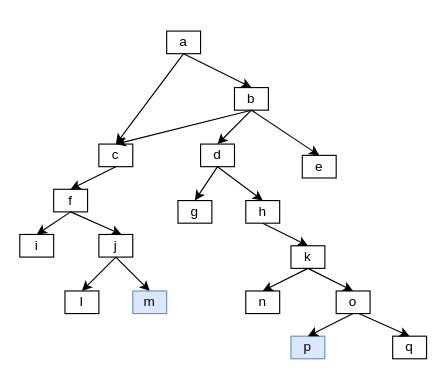
Earlier version of the draw.io diagram ICFG.drawio (cxlzff/EcoFuzz). Source tidied: cells renumbered, new cells numbered last; positions are measured from the earlier drawing's top-left corner, leaving out a move shared by most shapes. Both pictures are drawn from the tidied source at 113%, with x=0, y=0 at pixel (19, 31).
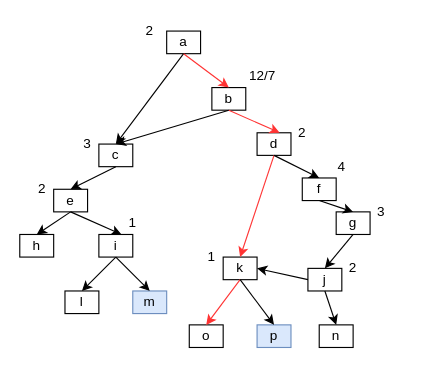
The same page after the edit.

The change refers to these unchanged cells:
```xml
<mxCell id="2" value="a" style="rounded=0;whiteSpace=wrap;html=1;" parent="1" vertex="1">
  <mxGeometry x="130" width="30" height="20" as="geometry" />
</mxCell>
```

Diff of the diagram source:
```diff
@@
-    <mxCell id="3" value="e" style="rounded=0;whiteSpace=wrap;html=1;" parent="1" vertex="1">
-      <mxGeometry x="250" y="110" width="30" height="20" as="geometry" />
-    </mxCell>
@@
     <mxCell id="5" value="b" style="rounded=0;whiteSpace=wrap;html=1;" parent="1" vertex="1">
-      <mxGeometry x="190" y="50" width="30" height="20" as="geometry" />
+      <mxGeometry x="170" y="50" width="30" height="20" as="geometry" />
     </mxCell>
-    <mxCell id="6" value="f" style="rounded=0;whiteSpace=wrap;html=1;" parent="1" vertex="1">
+    <mxCell id="6" value="e" style="rounded=0;whiteSpace=wrap;html=1;" parent="1" vertex="1">
       <mxGeometry x="30" y="140" width="30" height="20" as="geometry" />
     </mxCell>
-    <mxCell id="7" value="i" style="rounded=0;whiteSpace=wrap;html=1;" parent="1" vertex="1">
+    <mxCell id="7" value="h" style="rounded=0;whiteSpace=wrap;html=1;" parent="1" vertex="1">
       <mxGeometry y="180" width="30" height="20" as="geometry" />
     </mxCell>
-    <mxCell id="8" value="j" style="rounded=0;whiteSpace=wrap;html=1;" parent="1" vertex="1">
+    <mxCell id="8" value="i" style="rounded=0;whiteSpace=wrap;html=1;" parent="1" vertex="1">
       <mxGeometry x="70" y="180" width="30" height="20" as="geometry" />
     </mxCell>
@@
     <mxCell id="11" value="d" style="rounded=0;whiteSpace=wrap;html=1;" parent="1" vertex="1">
-      <mxGeometry x="160" y="100" width="30" height="20" as="geometry" />
+      <mxGeometry x="210" y="90" width="30" height="20" as="geometry" />
     </mxCell>
-    <mxCell id="12" value="h" style="rounded=0;whiteSpace=wrap;html=1;" parent="1" vertex="1">
-      <mxGeometry x="200" y="150" width="30" height="20" as="geometry" />
-    </mxCell>
-    <mxCell id="13" value="g" style="rounded=0;whiteSpace=wrap;html=1;" parent="1" vertex="1">
-      <mxGeometry x="140" y="150" width="30" height="20" as="geometry" />
-    </mxCell>
-    <mxCell id="14" value="k" style="rounded=0;whiteSpace=wrap;html=1;" parent="1" vertex="1">
-      <mxGeometry x="240" y="190" width="30" height="20" as="geometry" />
-    </mxCell>
-    <mxCell id="15" value="n" style="rounded=0;whiteSpace=wrap;html=1;" parent="1" vertex="1">
-      <mxGeometry x="200" y="230" width="30" height="20" as="geometry" />
-    </mxCell>
-    <mxCell id="16" value="o" style="rounded=0;whiteSpace=wrap;html=1;" parent="1" vertex="1">
-      <mxGeometry x="280" y="230" width="30" height="20" as="geometry" />
-    </mxCell>
-    <mxCell id="17" value="p" style="rounded=0;whiteSpace=wrap;html=1;fillColor=#dae8fc;strokeColor=#6c8ebf;" parent="1" vertex="1">
-      <mxGeometry x="240" y="270" width="30" height="20" as="geometry" />
-    </mxCell>
-    <mxCell id="18" value="q" style="rounded=0;whiteSpace=wrap;html=1;" parent="1" vertex="1">
-      <mxGeometry x="330" y="270" width="30" height="20" as="geometry" />
-    </mxCell>
@@
-    <mxCell id="20" style="endArrow=classic;html=1;exitX=0.5;exitY=1;exitDx=0;exitDy=0;entryX=0.5;entryY=0;entryDx=0;entryDy=0;" parent="1" edge="1" source="2" target="5">
+    <mxCell id="20" style="endArrow=classic;html=1;exitX=0.5;exitY=1;exitDx=0;exitDy=0;entryX=0.5;entryY=0;entryDx=0;entryDy=0;strokeColor=#FF3333;" parent="1" edge="1" source="2" target="5">
       <mxGeometry relative="1" as="geometry" />
     </mxCell>
@@
+    <mxCell id="36" value="1" style="text;html=1;strokeColor=none;fillColor=none;align=center;verticalAlign=middle;whiteSpace=wrap;rounded=0;" parent="1" vertex="1">
+      <mxGeometry x="80" y="160" width="40" height="20" as="geometry" />
+    </mxCell>
+    <mxCell id="37" value="2" style="text;html=1;strokeColor=none;fillColor=none;align=center;verticalAlign=middle;whiteSpace=wrap;rounded=0;" parent="1" vertex="1">
+      <mxGeometry y="130" width="40" height="20" as="geometry" />
+    </mxCell>
+    <mxCell id="38" value="3" style="text;html=1;strokeColor=none;fillColor=none;align=center;verticalAlign=middle;whiteSpace=wrap;rounded=0;" parent="1" vertex="1">
+      <mxGeometry x="40" y="90" width="40" height="20" as="geometry" />
+    </mxCell>
+    <mxCell id="39" value="12/7" style="text;html=1;strokeColor=none;fillColor=none;align=center;verticalAlign=middle;whiteSpace=wrap;rounded=0;" parent="1" vertex="1">
+      <mxGeometry x="200" y="30" width="30" height="20" as="geometry" />
+    </mxCell>
+    <mxCell id="40" value="2" style="text;html=1;strokeColor=none;fillColor=none;align=center;verticalAlign=middle;whiteSpace=wrap;rounded=0;" parent="1" vertex="1">
+      <mxGeometry x="100" y="-10" width="30" height="20" as="geometry" />
+    </mxCell>
+    <mxCell id="14" value="k" style="rounded=0;whiteSpace=wrap;html=1;" parent="1" vertex="1">
+      <mxGeometry x="180" y="200" width="30" height="20" as="geometry" />
+    </mxCell>
+    <mxCell id="41" style="edgeStyle=orthogonalEdgeStyle;rounded=0;orthogonalLoop=1;jettySize=auto;html=1;exitX=0.5;exitY=1;exitDx=0;exitDy=0;" parent="1" edge="1" source="11" target="11">
+      <mxGeometry relative="1" as="geometry" />
+    </mxCell>
+    <mxCell id="42" value="f" style="rounded=0;whiteSpace=wrap;html=1;" parent="1" vertex="1">
+      <mxGeometry x="250" y="130" width="30" height="20" as="geometry" />
+    </mxCell>
+    <mxCell id="13" value="g" style="rounded=0;whiteSpace=wrap;html=1;" parent="1" vertex="1">
+      <mxGeometry x="280" y="160" width="30" height="20" as="geometry" />
+    </mxCell>
+    <mxCell id="43" value="j" style="rounded=0;whiteSpace=wrap;html=1;" parent="1" vertex="1">
+      <mxGeometry x="255" y="210" width="30" height="20" as="geometry" />
+    </mxCell>
+    <mxCell id="15" value="n" style="rounded=0;whiteSpace=wrap;html=1;" parent="1" vertex="1">
+      <mxGeometry x="265" y="260" width="30" height="20" as="geometry" />
+    </mxCell>
+    <mxCell id="16" value="o" style="rounded=0;whiteSpace=wrap;html=1;" parent="1" vertex="1">
+      <mxGeometry x="150" y="260" width="30" height="20" as="geometry" />
+    </mxCell>
+    <mxCell id="17" value="p" style="rounded=0;whiteSpace=wrap;html=1;fillColor=#dae8fc;strokeColor=#6c8ebf;" parent="1" vertex="1">
+      <mxGeometry x="210" y="260" width="30" height="20" as="geometry" />
+    </mxCell>
-    <mxCell id="27" style="endArrow=classic;html=1;exitX=0.5;exitY=1;exitDx=0;exitDy=0;entryX=0.5;entryY=0;entryDx=0;entryDy=0;" parent="1" edge="1" source="5" target="11">
+    <mxCell id="27" style="endArrow=classic;html=1;exitX=0.5;exitY=1;exitDx=0;exitDy=0;entryX=0.667;entryY=0;entryDx=0;entryDy=0;entryPerimeter=0;strokeColor=#FF3333;" parent="1" edge="1" source="5" target="11">
       <mxGeometry relative="1" as="geometry" />
     </mxCell>
-    <mxCell id="28" style="endArrow=classic;html=1;exitX=0.5;exitY=1;exitDx=0;exitDy=0;entryX=0.5;entryY=0;entryDx=0;entryDy=0;" parent="1" edge="1" source="5" target="3">
-      <mxGeometry relative="1" as="geometry" />
-    </mxCell>
-    <mxCell id="29" style="endArrow=classic;html=1;exitX=0.5;exitY=1;exitDx=0;exitDy=0;entryX=0.5;entryY=0;entryDx=0;entryDy=0;" parent="1" edge="1" source="11" target="13">
-      <mxGeometry relative="1" as="geometry" />
-    </mxCell>
-    <mxCell id="30" style="endArrow=classic;html=1;exitX=0.5;exitY=1;exitDx=0;exitDy=0;entryX=0.5;entryY=0;entryDx=0;entryDy=0;" parent="1" edge="1" source="11" target="12">
-      <mxGeometry relative="1" as="geometry" />
-    </mxCell>
-    <mxCell id="31" style="endArrow=classic;html=1;exitX=0.5;exitY=1;exitDx=0;exitDy=0;entryX=0.5;entryY=0;entryDx=0;entryDy=0;" parent="1" edge="1" source="12" target="14">
-      <mxGeometry relative="1" as="geometry" />
-    </mxCell>
-    <mxCell id="32" style="endArrow=classic;html=1;exitX=0.5;exitY=1;exitDx=0;exitDy=0;entryX=0.5;entryY=0;entryDx=0;entryDy=0;" parent="1" edge="1" source="14" target="15">
-      <mxGeometry relative="1" as="geometry" />
-    </mxCell>
+    <mxCell id="44" style="endArrow=classic;html=1;exitX=0.5;exitY=1;exitDx=0;exitDy=0;entryX=0.5;entryY=0;entryDx=0;entryDy=0;strokeColor=#FF3333;" parent="1" edge="1" source="11" target="14">
+      <mxGeometry relative="1" as="geometry" />
+    </mxCell>
+    <mxCell id="45" style="endArrow=classic;html=1;exitX=0.5;exitY=1;exitDx=0;exitDy=0;entryX=0.5;entryY=0;entryDx=0;entryDy=0;" parent="1" edge="1" source="11" target="42">
+      <mxGeometry relative="1" as="geometry" />
+    </mxCell>
+    <mxCell id="46" style="endArrow=classic;html=1;exitX=0.5;exitY=1;exitDx=0;exitDy=0;entryX=0.5;entryY=0;entryDx=0;entryDy=0;" parent="1" edge="1" source="42" target="13">
+      <mxGeometry relative="1" as="geometry" />
+    </mxCell>
+    <mxCell id="47" style="endArrow=classic;html=1;exitX=0.5;exitY=1;exitDx=0;exitDy=0;entryX=0.5;entryY=0;entryDx=0;entryDy=0;" parent="1" edge="1" source="13" target="43">
+      <mxGeometry relative="1" as="geometry" />
+    </mxCell>
+    <mxCell id="48" style="endArrow=classic;html=1;exitX=0.5;exitY=1;exitDx=0;exitDy=0;entryX=0.5;entryY=0;entryDx=0;entryDy=0;" parent="1" edge="1" source="43" target="15">
+      <mxGeometry relative="1" as="geometry" />
+    </mxCell>
+    <mxCell id="49" style="endArrow=classic;html=1;exitX=0;exitY=0.5;exitDx=0;exitDy=0;entryX=1;entryY=0.5;entryDx=0;entryDy=0;" parent="1" edge="1" source="43" target="14">
+      <mxGeometry relative="1" as="geometry" />
+    </mxCell>
-    <mxCell id="33" style="endArrow=classic;html=1;exitX=0.5;exitY=1;exitDx=0;exitDy=0;entryX=0.5;entryY=0;entryDx=0;entryDy=0;" parent="1" edge="1" source="14" target="16">
+    <mxCell id="33" style="endArrow=classic;html=1;exitX=0.5;exitY=1;exitDx=0;exitDy=0;entryX=0.5;entryY=0;entryDx=0;entryDy=0;strokeColor=#FF3333;" parent="1" edge="1" source="14" target="16">
       <mxGeometry relative="1" as="geometry" />
     </mxCell>
-    <mxCell id="34" style="endArrow=classic;html=1;exitX=0.5;exitY=1;exitDx=0;exitDy=0;entryX=0.5;entryY=0;entryDx=0;entryDy=0;" parent="1" edge="1" source="16" target="17">
-      <mxGeometry relative="1" as="geometry" />
-    </mxCell>
-    <mxCell id="35" style="endArrow=classic;html=1;exitX=0.667;exitY=1;exitDx=0;exitDy=0;exitPerimeter=0;entryX=0.5;entryY=0;entryDx=0;entryDy=0;" parent="1" edge="1" source="16" target="18">
-      <mxGeometry relative="1" as="geometry" />
-    </mxCell>
+    <mxCell id="50" style="endArrow=classic;html=1;exitX=0.5;exitY=1;exitDx=0;exitDy=0;entryX=0.5;entryY=0;entryDx=0;entryDy=0;" parent="1" edge="1" source="14" target="17">
+      <mxGeometry relative="1" as="geometry" />
+    </mxCell>
+    <mxCell id="51" value="1" style="text;html=1;strokeColor=none;fillColor=none;align=center;verticalAlign=middle;whiteSpace=wrap;rounded=0;" parent="1" vertex="1">
+      <mxGeometry x="150" y="190" width="40" height="20" as="geometry" />
+    </mxCell>
+    <mxCell id="52" value="2" style="text;html=1;strokeColor=none;fillColor=none;align=center;verticalAlign=middle;whiteSpace=wrap;rounded=0;" parent="1" vertex="1">
+      <mxGeometry x="275" y="200" width="40" height="20" as="geometry" />
+    </mxCell>
+    <mxCell id="53" value="2" style="text;html=1;strokeColor=none;fillColor=none;align=center;verticalAlign=middle;whiteSpace=wrap;rounded=0;" parent="1" vertex="1">
+      <mxGeometry x="230" y="80" width="40" height="20" as="geometry" />
+    </mxCell>
+    <mxCell id="54" value="3" style="text;html=1;strokeColor=none;fillColor=none;align=center;verticalAlign=middle;whiteSpace=wrap;rounded=0;" parent="1" vertex="1">
+      <mxGeometry x="300" y="150" width="40" height="20" as="geometry" />
+    </mxCell>
+    <mxCell id="55" value="4" style="text;html=1;strokeColor=none;fillColor=none;align=center;verticalAlign=middle;whiteSpace=wrap;rounded=0;" parent="1" vertex="1">
+      <mxGeometry x="265" y="110" width="40" height="20" as="geometry" />
+    </mxCell>
```
